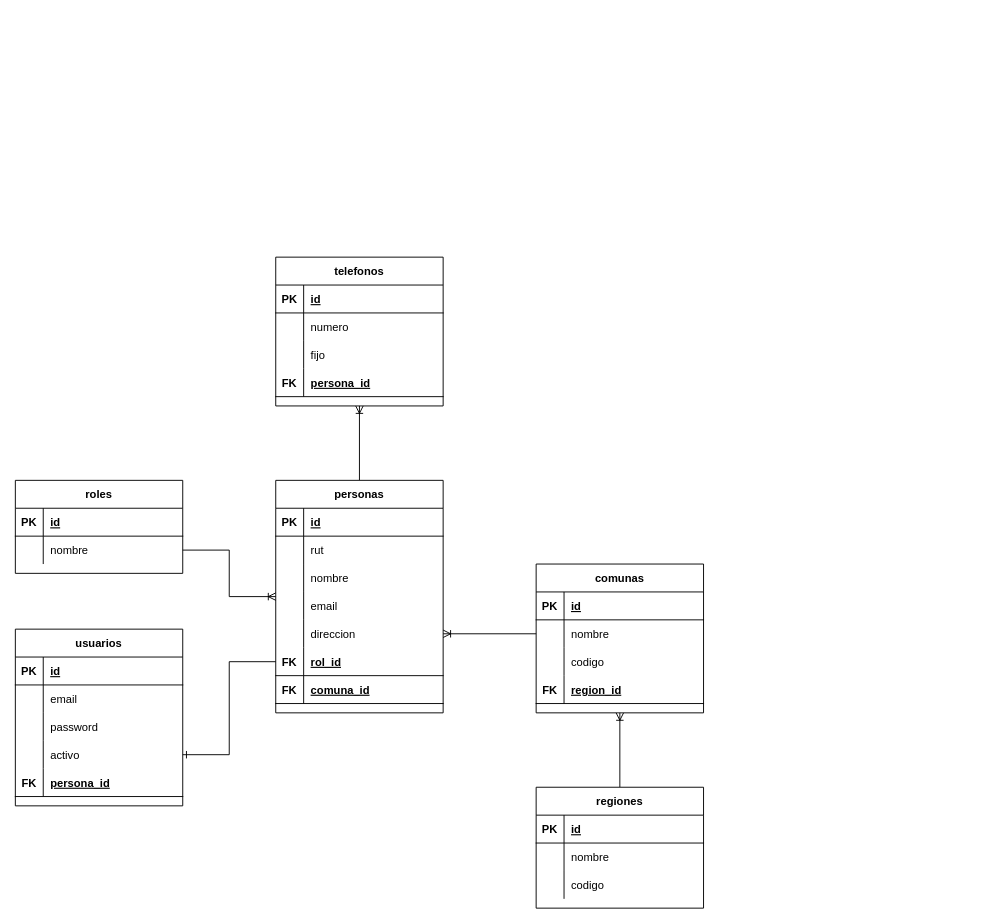
The draw.io diagram Modelo Fisico pro202-3604.drawio in segundogaldames/pro202-3604, before the edit. Source tidied: cells renumbered, new cells numbered last; positions are measured from the earlier drawing's top-left corner, leaving out a move shared by most shapes. Both pictures are drawn from the tidied source at 93%, with x=0, y=0 at pixel (15, 257).
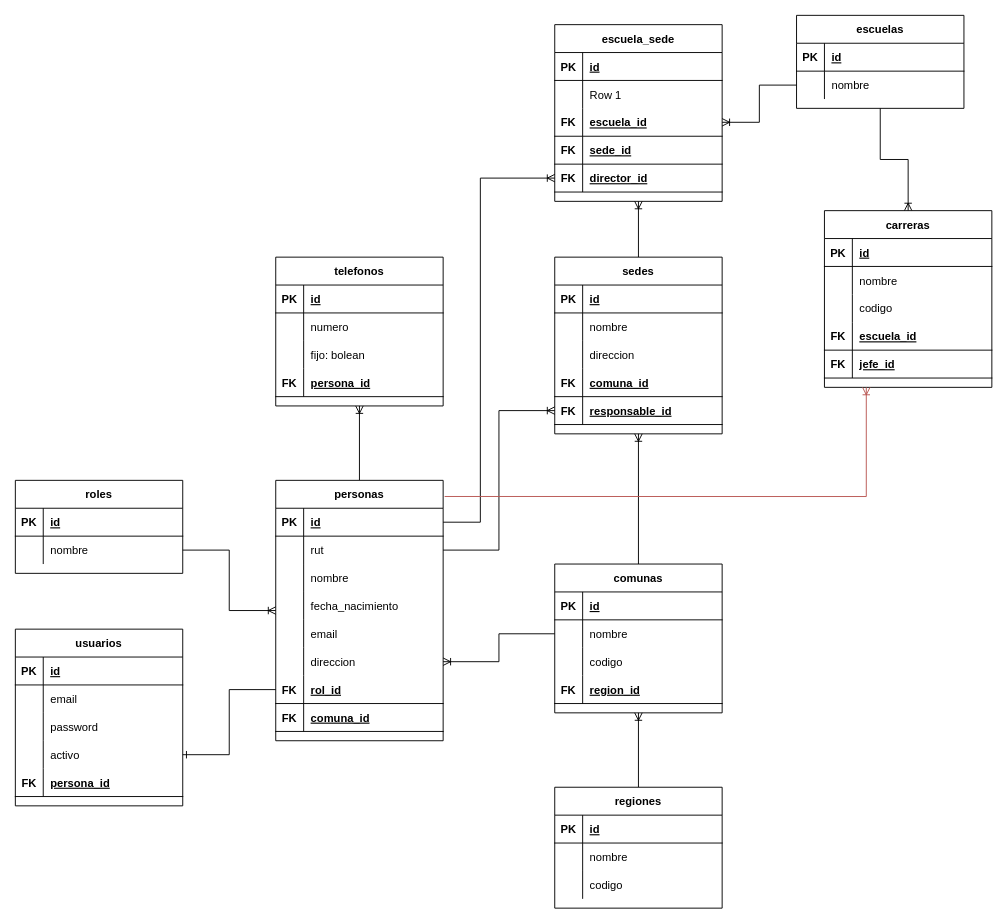
The same diagram, later.

The change refers to these unchanged cells:
```xml
<mxCell id="27" style="shape=partialRectangle;fillColor=none;top=0;left=0;bottom=1;right=0;points=[[0,0.5],[1,0.5]];portConstraint=eastwest;" parent="26" vertex="1">
  <mxGeometry y="30" width="180" height="30" as="geometry" />
</mxCell>
<mxCell id="30" style="shape=partialRectangle;fillColor=none;top=0;left=0;bottom=0;right=0;points=[[0,0.5],[1,0.5]];portConstraint=eastwest;" parent="26" vertex="1">
  <mxGeometry y="60" width="180" height="30" as="geometry" />
</mxCell>
<mxCell id="57" style="shape=partialRectangle;fillColor=none;top=0;left=0;bottom=0;right=0;" parent="50" vertex="1">
  <mxGeometry y="90" width="180" height="30" as="geometry" />
</mxCell>
```

Diff of the diagram source:
```diff
@@
     <mxCell id="26" value="personas" style="shape=table;startSize=30;childLayout=tableLayout;rowLines=0;fontStyle=1;align=center;" parent="1" vertex="1">
-      <mxGeometry x="280" y="240" width="180" height="250" as="geometry" />
+      <mxGeometry x="280" y="240" width="180" height="280" as="geometry" />
     </mxCell>
@@
+    <mxCell id="88" style="shape=partialRectangle;fillColor=none;top=0;left=0;bottom=0;right=0;" parent="26" vertex="1">
+      <mxGeometry y="120" width="180" height="30" as="geometry" />
+    </mxCell>
+    <mxCell id="89" style="shape=partialRectangle;fillColor=none;top=0;left=0;bottom=0;right=0;overflow=hidden;" parent="88" vertex="1">
+      <mxGeometry width="30" height="30" as="geometry" />
+    </mxCell>
+    <mxCell id="90" value="fecha_nacimiento" style="shape=partialRectangle;fillColor=none;top=0;left=0;bottom=0;right=0;align=left;spacingLeft=6;overflow=hidden;" parent="88" vertex="1">
+      <mxGeometry x="30" width="150" height="30" as="geometry" />
+    </mxCell>
     <mxCell id="36" style="shape=partialRectangle;fillColor=none;top=0;left=0;bottom=0;right=0;" parent="26" vertex="1">
-      <mxGeometry y="120" width="180" height="30" as="geometry" />
+      <mxGeometry y="150" width="180" height="30" as="geometry" />
     </mxCell>
@@
     <mxCell id="39" style="shape=partialRectangle;fillColor=none;top=0;left=0;bottom=0;right=0;points=[[0,0.5],[1,0.5]];portConstraint=eastwest;" parent="26" vertex="1">
-      <mxGeometry y="150" width="180" height="30" as="geometry" />
+      <mxGeometry y="180" width="180" height="30" as="geometry" />
     </mxCell>
@@
     <mxCell id="42" style="shape=partialRectangle;fillColor=none;top=0;left=0;bottom=1;right=0;points=[[0,0.5],[1,0.5]];portConstraint=eastwest;" parent="26" vertex="1">
-      <mxGeometry y="180" width="180" height="30" as="geometry" />
+      <mxGeometry y="210" width="180" height="30" as="geometry" />
     </mxCell>
@@
     <mxCell id="45" style="shape=partialRectangle;fillColor=none;top=0;left=0;bottom=1;right=0;" parent="26" vertex="1">
-      <mxGeometry y="210" width="180" height="30" as="geometry" />
+      <mxGeometry y="240" width="180" height="30" as="geometry" />
     </mxCell>
@@
-    <mxCell id="59" value="fijo" style="shape=partialRectangle;fillColor=none;top=0;left=0;bottom=0;right=0;align=left;spacingLeft=6;overflow=hidden;" parent="57" vertex="1">
+    <mxCell id="59" value="fijo: bolean" style="shape=partialRectangle;fillColor=none;top=0;left=0;bottom=0;right=0;align=left;spacingLeft=6;overflow=hidden;" parent="57" vertex="1">
       <mxGeometry x="30" width="150" height="30" as="geometry" />
     </mxCell>
@@
     <mxCell id="64" value="regiones" style="shape=table;startSize=30;childLayout=tableLayout;rowLines=0;fontStyle=1;align=center;" parent="1" vertex="1">
-      <mxGeometry x="560" y="570" width="180" height="130" as="geometry" />
+      <mxGeometry x="580" y="570" width="180" height="130" as="geometry" />
     </mxCell>
@@
+    <mxCell id="91" style="edgeStyle=orthogonalEdgeStyle;rounded=0;jettySize=auto;html=1;entryX=0.5;entryY=1;entryDx=0;entryDy=0;endArrow=ERoneToMany;endFill=0;" parent="1" edge="1" source="74" target="101">
+      <mxGeometry relative="1" as="geometry" />
+    </mxCell>
     <mxCell id="74" value="comunas" style="shape=table;startSize=30;childLayout=tableLayout;rowLines=0;fontStyle=1;align=center;" parent="1" vertex="1">
-      <mxGeometry x="560" y="330" width="180" height="160" as="geometry" />
+      <mxGeometry x="580" y="330" width="180" height="160" as="geometry" />
     </mxCell>
@@
+    <mxCell id="92" style="edgeStyle=orthogonalEdgeStyle;rounded=0;jettySize=auto;html=1;entryX=0.5;entryY=0;entryDx=0;entryDy=0;endArrow=ERoneToMany;endFill=0;" parent="1" edge="1" source="93" target="136">
+      <mxGeometry relative="1" as="geometry" />
+    </mxCell>
+    <mxCell id="93" value="escuelas" style="shape=table;startSize=30;childLayout=tableLayout;rowLines=0;fontStyle=1;align=center;" parent="1" vertex="1">
+      <mxGeometry x="840" y="-260" width="180" height="100" as="geometry" />
+    </mxCell>
+    <mxCell id="94" style="shape=partialRectangle;fillColor=none;top=0;left=0;bottom=1;right=0;" parent="93" vertex="1">
+      <mxGeometry y="30" width="180" height="30" as="geometry" />
+    </mxCell>
+    <mxCell id="95" value="PK" style="shape=partialRectangle;fillColor=none;top=0;left=0;bottom=0;right=0;fontStyle=1;overflow=hidden;" parent="94" vertex="1">
+      <mxGeometry width="30" height="30" as="geometry" />
+    </mxCell>
+    <mxCell id="96" value="id" style="shape=partialRectangle;fillColor=none;top=0;left=0;bottom=0;right=0;align=left;spacingLeft=6;fontStyle=5;overflow=hidden;" parent="94" vertex="1">
+      <mxGeometry x="30" width="150" height="30" as="geometry" />
+    </mxCell>
+    <mxCell id="97" style="shape=partialRectangle;fillColor=none;top=0;left=0;bottom=0;right=0;points=[[0,0.5],[1,0.5]];portConstraint=eastwest;" parent="93" vertex="1">
+      <mxGeometry y="60" width="180" height="30" as="geometry" />
+    </mxCell>
+    <mxCell id="98" style="shape=partialRectangle;fillColor=none;top=0;left=0;bottom=0;right=0;overflow=hidden;" parent="97" vertex="1">
+      <mxGeometry width="30" height="30" as="geometry" />
+    </mxCell>
+    <mxCell id="99" value="nombre" style="shape=partialRectangle;fillColor=none;top=0;left=0;bottom=0;right=0;align=left;spacingLeft=6;overflow=hidden;" parent="97" vertex="1">
+      <mxGeometry x="30" width="150" height="30" as="geometry" />
+    </mxCell>
+    <mxCell id="100" style="edgeStyle=orthogonalEdgeStyle;rounded=0;jettySize=auto;html=1;entryX=0.5;entryY=1;entryDx=0;entryDy=0;endArrow=ERoneToMany;endFill=0;" parent="1" edge="1" source="101" target="118">
+      <mxGeometry relative="1" as="geometry" />
+    </mxCell>
+    <mxCell id="101" value="sedes" style="shape=table;startSize=30;childLayout=tableLayout;rowLines=0;fontStyle=1;align=center;" parent="1" vertex="1">
+      <mxGeometry x="580" width="180" height="190" as="geometry" />
+    </mxCell>
+    <mxCell id="102" style="shape=partialRectangle;fillColor=none;top=0;left=0;bottom=1;right=0;" parent="101" vertex="1">
+      <mxGeometry y="30" width="180" height="30" as="geometry" />
+    </mxCell>
+    <mxCell id="103" value="PK" style="shape=partialRectangle;fillColor=none;top=0;left=0;bottom=0;right=0;fontStyle=1;overflow=hidden;" parent="102" vertex="1">
+      <mxGeometry width="30" height="30" as="geometry" />
+    </mxCell>
+    <mxCell id="104" value="id" style="shape=partialRectangle;fillColor=none;top=0;left=0;bottom=0;right=0;align=left;spacingLeft=6;fontStyle=5;overflow=hidden;" parent="102" vertex="1">
+      <mxGeometry x="30" width="150" height="30" as="geometry" />
+    </mxCell>
+    <mxCell id="105" style="shape=partialRectangle;fillColor=none;top=0;left=0;bottom=0;right=0;" parent="101" vertex="1">
+      <mxGeometry y="60" width="180" height="30" as="geometry" />
+    </mxCell>
+    <mxCell id="106" style="shape=partialRectangle;fillColor=none;top=0;left=0;bottom=0;right=0;overflow=hidden;" parent="105" vertex="1">
+      <mxGeometry width="30" height="30" as="geometry" />
+    </mxCell>
+    <mxCell id="107" value="nombre" style="shape=partialRectangle;fillColor=none;top=0;left=0;bottom=0;right=0;align=left;spacingLeft=6;overflow=hidden;" parent="105" vertex="1">
+      <mxGeometry x="30" width="150" height="30" as="geometry" />
+    </mxCell>
+    <mxCell id="108" style="shape=partialRectangle;fillColor=none;top=0;left=0;bottom=0;right=0;" parent="101" vertex="1">
+      <mxGeometry y="90" width="180" height="30" as="geometry" />
+    </mxCell>
+    <mxCell id="109" style="shape=partialRectangle;fillColor=none;top=0;left=0;bottom=0;right=0;overflow=hidden;" parent="108" vertex="1">
+      <mxGeometry width="30" height="30" as="geometry" />
+    </mxCell>
+    <mxCell id="110" value="direccion" style="shape=partialRectangle;fillColor=none;top=0;left=0;bottom=0;right=0;align=left;spacingLeft=6;overflow=hidden;" parent="108" vertex="1">
+      <mxGeometry x="30" width="150" height="30" as="geometry" />
+    </mxCell>
+    <mxCell id="111" style="shape=partialRectangle;fillColor=none;top=0;left=0;bottom=1;right=0;" parent="101" vertex="1">
+      <mxGeometry y="120" width="180" height="30" as="geometry" />
+    </mxCell>
+    <mxCell id="112" value="FK" style="shape=partialRectangle;fillColor=none;top=0;left=0;bottom=0;right=0;fontStyle=1;overflow=hidden;" parent="111" vertex="1">
+      <mxGeometry width="30" height="30" as="geometry" />
+    </mxCell>
+    <mxCell id="113" value="comuna_id" style="shape=partialRectangle;fillColor=none;top=0;left=0;bottom=0;right=0;align=left;spacingLeft=6;fontStyle=5;overflow=hidden;" parent="111" vertex="1">
+      <mxGeometry x="30" width="150" height="30" as="geometry" />
+    </mxCell>
+    <mxCell id="114" style="shape=partialRectangle;fillColor=none;top=0;left=0;bottom=1;right=0;points=[[0,0.5],[1,0.5]];portConstraint=eastwest;" parent="101" vertex="1">
+      <mxGeometry y="150" width="180" height="30" as="geometry" />
+    </mxCell>
+    <mxCell id="115" value="FK" style="shape=partialRectangle;fillColor=none;top=0;left=0;bottom=0;right=0;fontStyle=1;overflow=hidden;" parent="114" vertex="1">
+      <mxGeometry width="30" height="30" as="geometry" />
+    </mxCell>
+    <mxCell id="116" value="responsable_id" style="shape=partialRectangle;fillColor=none;top=0;left=0;bottom=0;right=0;align=left;spacingLeft=6;fontStyle=5;overflow=hidden;" parent="114" vertex="1">
+      <mxGeometry x="30" width="150" height="30" as="geometry" />
+    </mxCell>
+    <mxCell id="117" style="edgeStyle=orthogonalEdgeStyle;rounded=0;jettySize=auto;html=1;entryX=0;entryY=0.5;entryDx=0;entryDy=0;endArrow=ERoneToMany;endFill=0;" parent="1" edge="1" source="30" target="114">
+      <mxGeometry relative="1" as="geometry" />
+    </mxCell>
+    <mxCell id="118" value="escuela_sede" style="shape=table;startSize=30;childLayout=tableLayout;rowLines=0;fontStyle=1;align=center;" parent="1" vertex="1">
+      <mxGeometry x="580" y="-250" width="180" height="190" as="geometry" />
+    </mxCell>
+    <mxCell id="119" style="shape=partialRectangle;fillColor=none;top=0;left=0;bottom=1;right=0;" parent="118" vertex="1">
+      <mxGeometry y="30" width="180" height="30" as="geometry" />
+    </mxCell>
+    <mxCell id="120" value="PK" style="shape=partialRectangle;fillColor=none;top=0;left=0;bottom=0;right=0;fontStyle=1;overflow=hidden;" parent="119" vertex="1">
+      <mxGeometry width="30" height="30" as="geometry" />
+    </mxCell>
+    <mxCell id="121" value="id" style="shape=partialRectangle;fillColor=none;top=0;left=0;bottom=0;right=0;align=left;spacingLeft=6;fontStyle=5;overflow=hidden;" parent="119" vertex="1">
+      <mxGeometry x="30" width="150" height="30" as="geometry" />
+    </mxCell>
+    <mxCell id="122" style="shape=partialRectangle;fillColor=none;top=0;left=0;bottom=0;right=0;" parent="118" vertex="1">
+      <mxGeometry y="60" width="180" height="30" as="geometry" />
+    </mxCell>
+    <mxCell id="123" style="shape=partialRectangle;fillColor=none;top=0;left=0;bottom=0;right=0;overflow=hidden;" parent="122" vertex="1">
+      <mxGeometry width="30" height="30" as="geometry" />
+    </mxCell>
+    <mxCell id="124" value="Row 1" style="shape=partialRectangle;fillColor=none;top=0;left=0;bottom=0;right=0;align=left;spacingLeft=6;overflow=hidden;" parent="122" vertex="1">
+      <mxGeometry x="30" width="150" height="30" as="geometry" />
+    </mxCell>
+    <mxCell id="125" style="shape=partialRectangle;fillColor=none;top=0;left=0;bottom=1;right=0;points=[[0,0.5],[1,0.5]];portConstraint=eastwest;" parent="118" vertex="1">
+      <mxGeometry y="90" width="180" height="30" as="geometry" />
+    </mxCell>
+    <mxCell id="126" value="FK" style="shape=partialRectangle;fillColor=none;top=0;left=0;bottom=0;right=0;fontStyle=1;overflow=hidden;" parent="125" vertex="1">
+      <mxGeometry width="30" height="30" as="geometry" />
+    </mxCell>
+    <mxCell id="127" value="escuela_id" style="shape=partialRectangle;fillColor=none;top=0;left=0;bottom=0;right=0;align=left;spacingLeft=6;fontStyle=5;overflow=hidden;" parent="125" vertex="1">
+      <mxGeometry x="30" width="150" height="30" as="geometry" />
+    </mxCell>
+    <mxCell id="128" style="shape=partialRectangle;fillColor=none;top=0;left=0;bottom=1;right=0;" parent="118" vertex="1">
+      <mxGeometry y="120" width="180" height="30" as="geometry" />
+    </mxCell>
+    <mxCell id="129" value="FK" style="shape=partialRectangle;fillColor=none;top=0;left=0;bottom=0;right=0;fontStyle=1;overflow=hidden;" parent="128" vertex="1">
+      <mxGeometry width="30" height="30" as="geometry" />
+    </mxCell>
+    <mxCell id="130" value="sede_id" style="shape=partialRectangle;fillColor=none;top=0;left=0;bottom=0;right=0;align=left;spacingLeft=6;fontStyle=5;overflow=hidden;" parent="128" vertex="1">
+      <mxGeometry x="30" width="150" height="30" as="geometry" />
+    </mxCell>
+    <mxCell id="131" style="shape=partialRectangle;fillColor=none;top=0;left=0;bottom=1;right=0;points=[[0,0.5],[1,0.5]];portConstraint=eastwest;" parent="118" vertex="1">
+      <mxGeometry y="150" width="180" height="30" as="geometry" />
+    </mxCell>
+    <mxCell id="132" value="FK" style="shape=partialRectangle;fillColor=none;top=0;left=0;bottom=0;right=0;fontStyle=1;overflow=hidden;" parent="131" vertex="1">
+      <mxGeometry width="30" height="30" as="geometry" />
+    </mxCell>
+    <mxCell id="133" value="director_id" style="shape=partialRectangle;fillColor=none;top=0;left=0;bottom=0;right=0;align=left;spacingLeft=6;fontStyle=5;overflow=hidden;" parent="131" vertex="1">
+      <mxGeometry x="30" width="150" height="30" as="geometry" />
+    </mxCell>
+    <mxCell id="134" style="edgeStyle=orthogonalEdgeStyle;rounded=0;jettySize=auto;html=1;entryX=1;entryY=0.5;entryDx=0;entryDy=0;endArrow=ERoneToMany;endFill=0;exitX=0;exitY=0.5;exitDx=0;exitDy=0;" parent="1" edge="1" source="97" target="125">
+      <mxGeometry relative="1" as="geometry" />
+    </mxCell>
+    <mxCell id="135" style="edgeStyle=orthogonalEdgeStyle;rounded=0;jettySize=auto;html=1;entryX=0;entryY=0.5;entryDx=0;entryDy=0;endArrow=ERoneToMany;endFill=0;" parent="1" edge="1" source="27" target="131">
+      <mxGeometry relative="1" as="geometry">
+        <Array as="points">
+          <mxPoint x="500" y="285" />
+          <mxPoint x="500" y="-85" />
+        </Array>
+      </mxGeometry>
+    </mxCell>
+    <mxCell id="136" value="carreras" style="shape=table;startSize=30;childLayout=tableLayout;rowLines=0;fontStyle=1;align=center;" parent="1" vertex="1">
+      <mxGeometry x="870" y="-50" width="180" height="190" as="geometry" />
+    </mxCell>
+    <mxCell id="137" style="shape=partialRectangle;fillColor=none;top=0;left=0;bottom=1;right=0;" parent="136" vertex="1">
+      <mxGeometry y="30" width="180" height="30" as="geometry" />
+    </mxCell>
+    <mxCell id="138" value="PK" style="shape=partialRectangle;fillColor=none;top=0;left=0;bottom=0;right=0;fontStyle=1;overflow=hidden;" parent="137" vertex="1">
+      <mxGeometry width="30" height="30" as="geometry" />
+    </mxCell>
+    <mxCell id="139" value="id" style="shape=partialRectangle;fillColor=none;top=0;left=0;bottom=0;right=0;align=left;spacingLeft=6;fontStyle=5;overflow=hidden;" parent="137" vertex="1">
+      <mxGeometry x="30" width="150" height="30" as="geometry" />
+    </mxCell>
+    <mxCell id="140" style="shape=partialRectangle;fillColor=none;top=0;left=0;bottom=0;right=0;" parent="136" vertex="1">
+      <mxGeometry y="60" width="180" height="30" as="geometry" />
+    </mxCell>
+    <mxCell id="141" style="shape=partialRectangle;fillColor=none;top=0;left=0;bottom=0;right=0;overflow=hidden;" parent="140" vertex="1">
+      <mxGeometry width="30" height="30" as="geometry" />
+    </mxCell>
+    <mxCell id="142" value="nombre" style="shape=partialRectangle;fillColor=none;top=0;left=0;bottom=0;right=0;align=left;spacingLeft=6;overflow=hidden;" parent="140" vertex="1">
+      <mxGeometry x="30" width="150" height="30" as="geometry" />
+    </mxCell>
+    <mxCell id="143" style="shape=partialRectangle;fillColor=none;top=0;left=0;bottom=0;right=0;" parent="136" vertex="1">
+      <mxGeometry y="90" width="180" height="30" as="geometry" />
+    </mxCell>
+    <mxCell id="144" style="shape=partialRectangle;fillColor=none;top=0;left=0;bottom=0;right=0;overflow=hidden;" parent="143" vertex="1">
+      <mxGeometry width="30" height="30" as="geometry" />
+    </mxCell>
+    <mxCell id="145" value="codigo" style="shape=partialRectangle;fillColor=none;top=0;left=0;bottom=0;right=0;align=left;spacingLeft=6;overflow=hidden;" parent="143" vertex="1">
+      <mxGeometry x="30" width="150" height="30" as="geometry" />
+    </mxCell>
+    <mxCell id="146" style="shape=partialRectangle;fillColor=none;top=0;left=0;bottom=1;right=0;" parent="136" vertex="1">
+      <mxGeometry y="120" width="180" height="30" as="geometry" />
+    </mxCell>
+    <mxCell id="147" value="FK" style="shape=partialRectangle;fillColor=none;top=0;left=0;bottom=0;right=0;fontStyle=1;overflow=hidden;" parent="146" vertex="1">
+      <mxGeometry width="30" height="30" as="geometry" />
+    </mxCell>
+    <mxCell id="148" value="escuela_id" style="shape=partialRectangle;fillColor=none;top=0;left=0;bottom=0;right=0;align=left;spacingLeft=6;fontStyle=5;overflow=hidden;" parent="146" vertex="1">
+      <mxGeometry x="30" width="150" height="30" as="geometry" />
+    </mxCell>
+    <mxCell id="149" style="shape=partialRectangle;fillColor=none;top=0;left=0;bottom=1;right=0;" parent="136" vertex="1">
+      <mxGeometry y="150" width="180" height="30" as="geometry" />
+    </mxCell>
+    <mxCell id="150" value="FK" style="shape=partialRectangle;fillColor=none;top=0;left=0;bottom=0;right=0;fontStyle=1;overflow=hidden;" parent="149" vertex="1">
+      <mxGeometry width="30" height="30" as="geometry" />
+    </mxCell>
+    <mxCell id="151" value="jefe_id" style="shape=partialRectangle;fillColor=none;top=0;left=0;bottom=0;right=0;align=left;spacingLeft=6;fontStyle=5;overflow=hidden;" parent="149" vertex="1">
+      <mxGeometry x="30" width="150" height="30" as="geometry" />
+    </mxCell>
+    <mxCell id="152" style="edgeStyle=orthogonalEdgeStyle;rounded=0;jettySize=auto;html=1;entryX=0.25;entryY=1;entryDx=0;entryDy=0;endArrow=ERoneToMany;endFill=0;fillColor=#f8cecc;strokeColor=#b85450;exitX=1.009;exitY=0.062;exitDx=0;exitDy=0;exitPerimeter=0;" parent="1" edge="1" source="26" target="136">
+      <mxGeometry relative="1" as="geometry" />
+    </mxCell>
```
